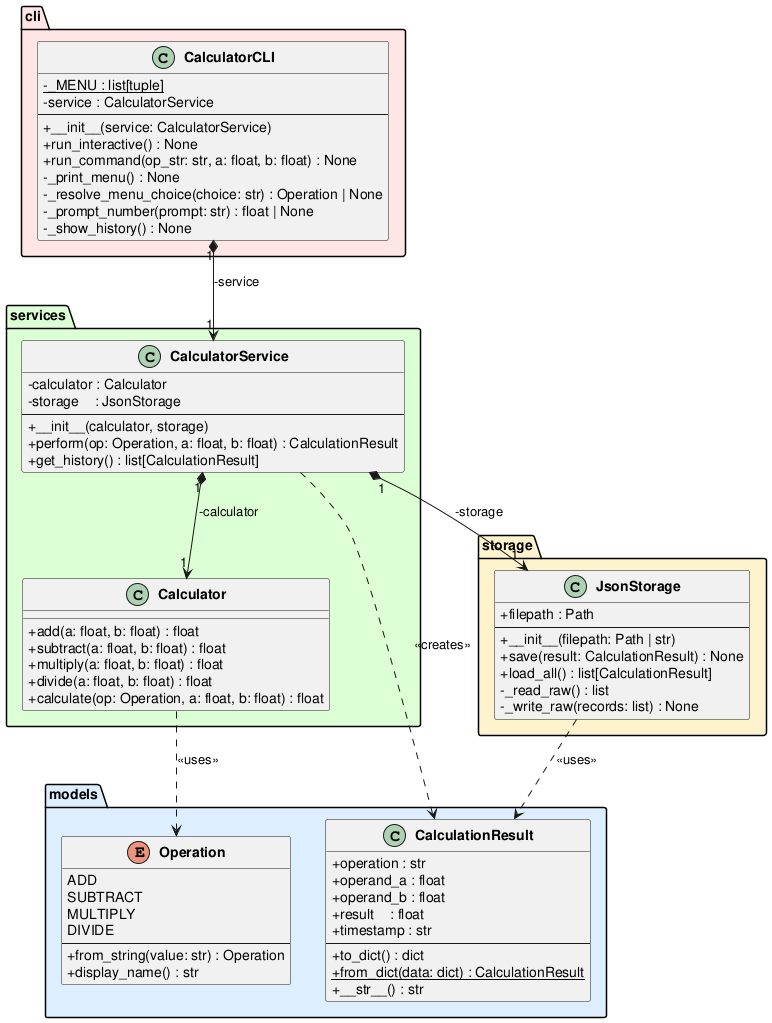
The PlantUML diagram baseline/calculator/artifacts/class_diagram.png in DanielRiha8906/Software_autoevolution_using_agents, before a commit.
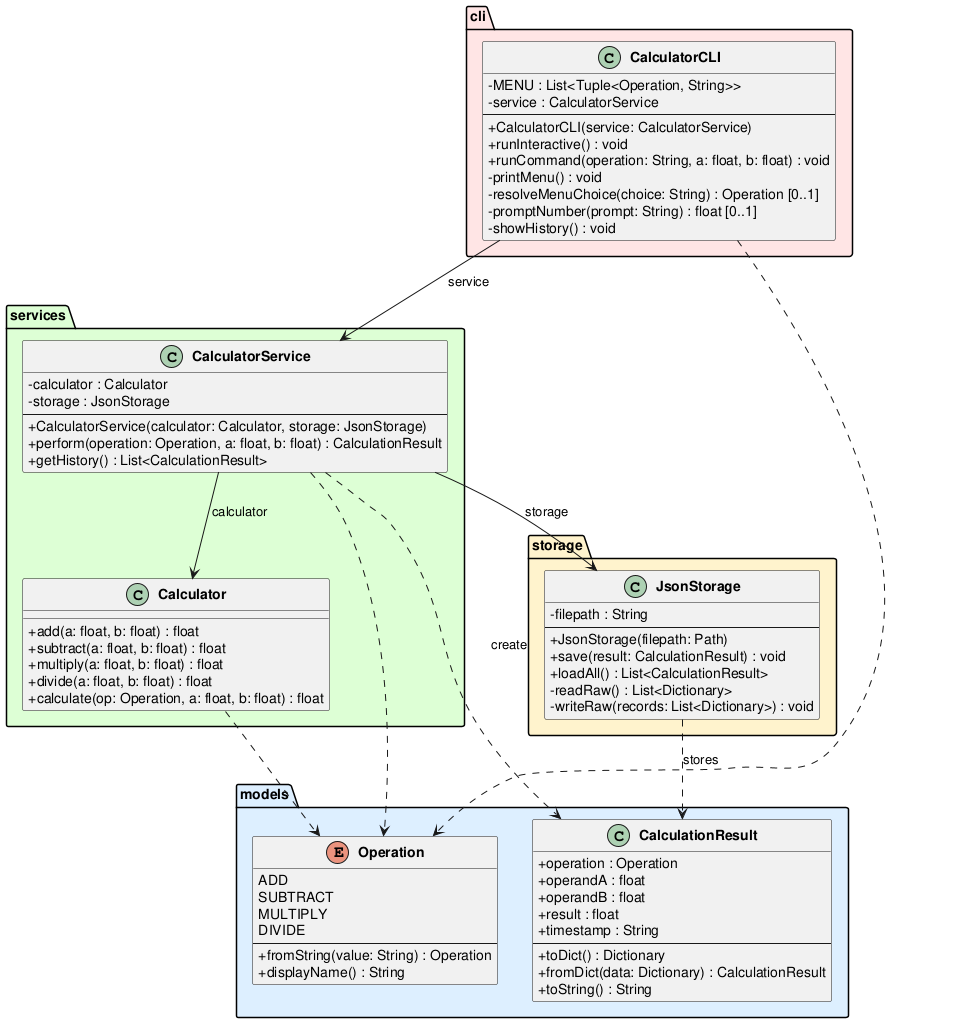
Later version of the same file.

What changed in the source:
```diff
@@ -10,20 +10,20 @@
         MULTIPLY
         DIVIDE
         --
-        +from_string(value: str) : Operation
-        +display_name() : str
+        +fromString(value: String) : Operation
+        +displayName() : String
     }
 
     class CalculationResult {
-        +operation : str
-        +operand_a : float
-        +operand_b : float
-        +result    : float
-        +timestamp : str
+        +operation : Operation
+        +operandA : float
+        +operandB : float
+        +result : float
+        +timestamp : String
         --
-        +to_dict() : dict
-        +{static} from_dict(data: dict) : CalculationResult
-        +__str__() : str
+        +toDict() : Dictionary
+        +fromDict(data: Dictionary) : CalculationResult
+        +toString() : String
     }
 }
 
@@ -38,46 +38,49 @@
 
     class CalculatorService {
         -calculator : Calculator
-        -storage    : JsonStorage
+        -storage : JsonStorage
         --
-        +__init__(calculator, storage)
-        +perform(op: Operation, a: float, b: float) : CalculationResult
-        +get_history() : list[CalculationResult]
+        +CalculatorService(calculator: Calculator, storage: JsonStorage)
+        +perform(operation: Operation, a: float, b: float) : CalculationResult
+        +getHistory() : List<CalculationResult>
     }
 }
 
 package "storage" #FFF3CC {
     class JsonStorage {
-        +filepath : Path
+        -filepath : String
         --
-        +__init__(filepath: Path | str)
-        +save(result: CalculationResult) : None
-        +load_all() : list[CalculationResult]
-        -_read_raw() : list
-        -_write_raw(records: list) : None
+        +JsonStorage(filepath: Path)
+        +save(result: CalculationResult) : void
+        +loadAll() : List<CalculationResult>
+        -readRaw() : List<Dictionary>
+        -writeRaw(records: List<Dictionary>) : void
     }
 }
 
 package "cli" #FFE5E5 {
     class CalculatorCLI {
-        -{static} _MENU : list[tuple]
+        -MENU : List<Tuple<Operation, String>>
         -service : CalculatorService
         --
-        +__init__(service: CalculatorService)
-        +run_interactive() : None
-        +run_command(op_str: str, a: float, b: float) : None
-        -_print_menu() : None
-        -_resolve_menu_choice(choice: str) : Operation | None
-        -_prompt_number(prompt: str) : float | None
-        -_show_history() : None
+        +CalculatorCLI(service: CalculatorService)
+        +runInteractive() : void
+        +runCommand(operation: String, a: float, b: float) : void
+        -printMenu() : void
+        -resolveMenuChoice(choice: String) : Operation [0..1]
+        -promptNumber(prompt: String) : float [0..1]
+        -showHistory() : void
     }
 }
 
-CalculatorCLI     "1" *--> "1" CalculatorService : -service
-CalculatorService "1" *--> "1" Calculator        : -calculator
-CalculatorService "1" *--> "1" JsonStorage       : -storage
-CalculatorService       ..>    CalculationResult : <<creates>>
-Calculator              ..>    Operation         : <<uses>>
-JsonStorage             ..>    CalculationResult : <<uses>>
+CalculatorCLI --> CalculatorService : service
+CalculatorService --> Calculator : calculator
+CalculatorService --> JsonStorage : storage
+
+CalculatorService ..> CalculationResult : create
+CalculatorService ..> Operation
+CalculatorCLI ..> Operation
+Calculator ..> Operation
+JsonStorage ..> CalculationResult : stores
 
 @enduml
```
